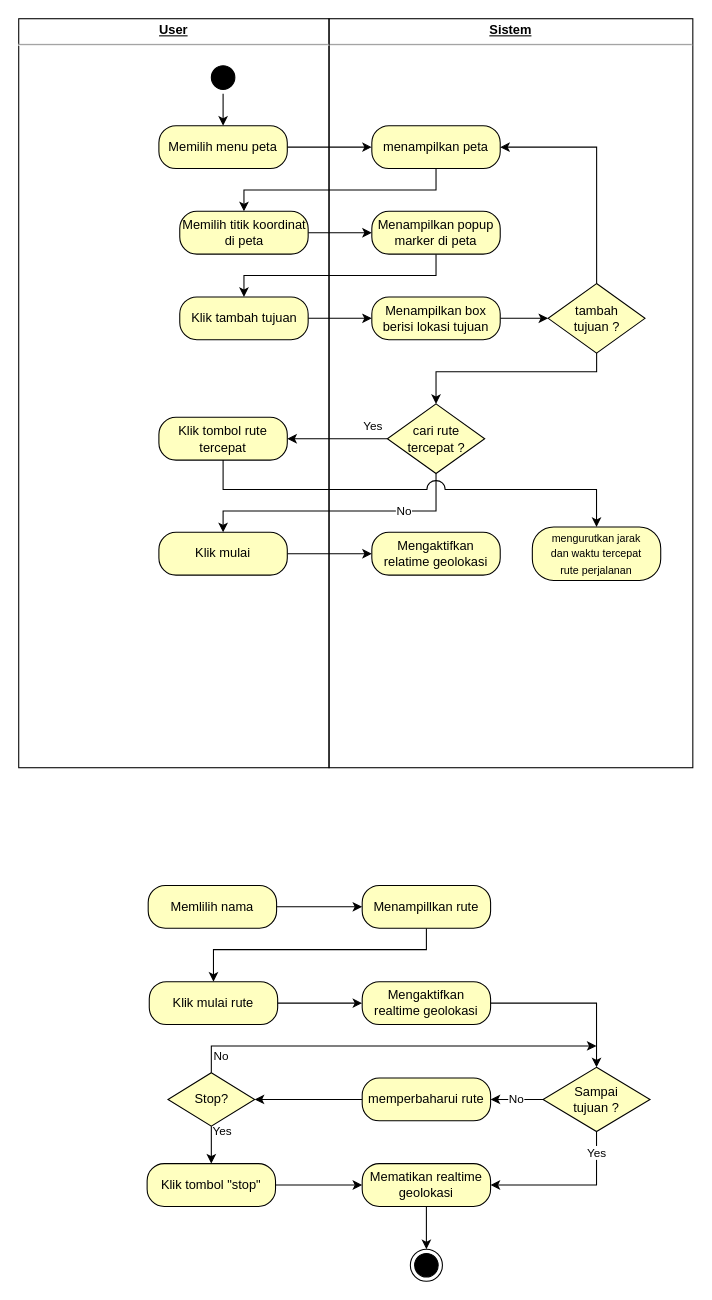
Raymond-15/requirements keeps this draw.io diagram as activityDiagramMultiRute.drawio. Above is the earlier version. Source tidied: cells renumbered, new cells numbered last; positions are measured from the earlier drawing's top-left corner, leaving out a move shared by most shapes. Both pictures are drawn from the tidied source at 107%, with x=0, y=0 at pixel (18, 18).
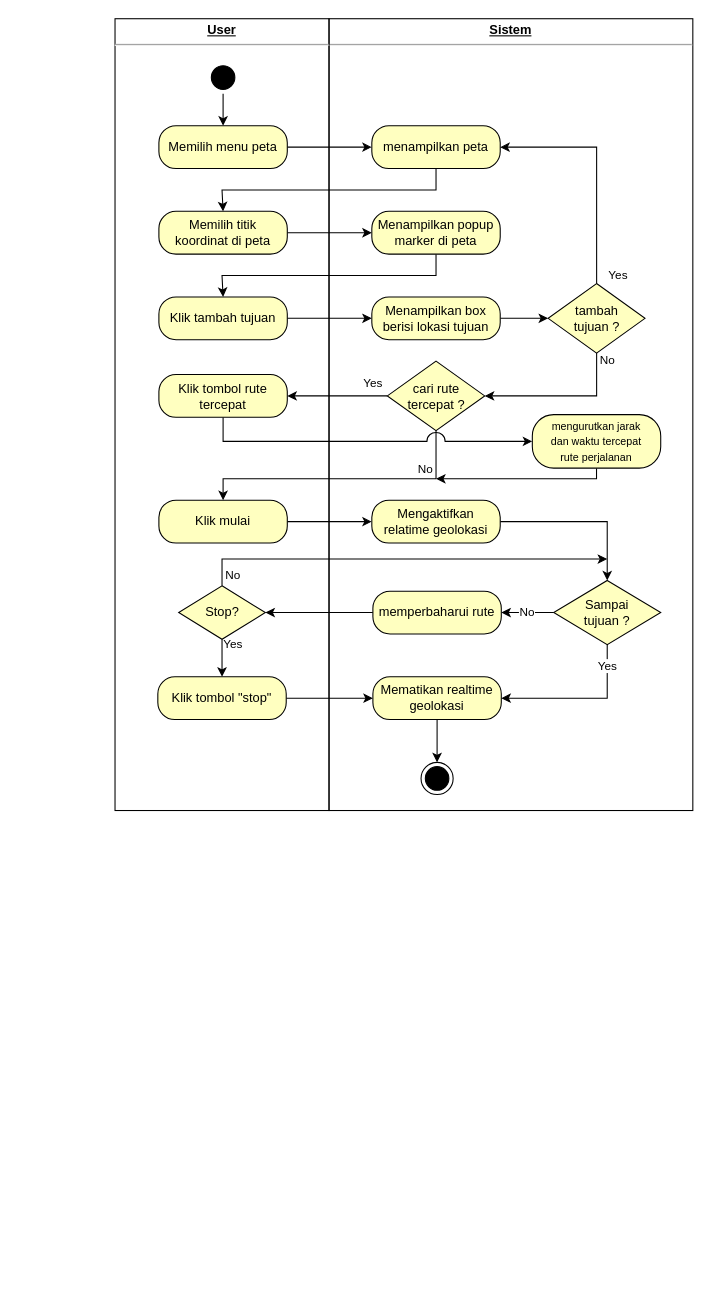
The same page after the edit.

The change refers to these unchanged cells:
```xml
<mxCell id="9" value="Menampilkan popup marker di peta" style="rounded=1;whiteSpace=wrap;html=1;arcSize=40;fontColor=#000000;fillColor=#ffffc0;strokeColor=#000000;" parent="1" vertex="1">
  <mxGeometry x="330" y="180" width="120" height="40" as="geometry" />
</mxCell>
<mxCell id="26" value="menampilkan peta" style="rounded=1;whiteSpace=wrap;html=1;arcSize=40;fontColor=#000000;fillColor=#ffffc0;strokeColor=#000000;" parent="1" vertex="1">
  <mxGeometry x="330" y="100" width="120" height="40" as="geometry" />
</mxCell>
<mxCell id="41" value="tambah &lt;br&gt;tujuan ?" style="rhombus;whiteSpace=wrap;html=1;fontColor=#000000;fillColor=#ffffc0;strokeColor=#000000;" parent="1" vertex="1">
  <mxGeometry x="494.8" y="247.5" width="90.5" height="65" as="geometry" />
</mxCell>
```

Change to the diagram source:
```diff
@@
     <mxCell id="2" value="&lt;p style=&quot;margin:0px;margin-top:4px;text-align:center;text-decoration:underline;&quot;&gt;&lt;b&gt;Sistem&lt;/b&gt;&lt;/p&gt;&lt;hr&gt;&lt;p style=&quot;margin:0px;margin-left:8px;&quot;&gt;&lt;br&gt;&lt;/p&gt;" style="verticalAlign=top;align=left;overflow=fill;fontSize=12;fontFamily=Helvetica;html=1;whiteSpace=wrap;fillColor=none;" parent="1" vertex="1">
-      <mxGeometry x="290" width="340" height="700" as="geometry" />
+      <mxGeometry x="290" width="340" height="740" as="geometry" />
     </mxCell>
     <mxCell id="3" value="&lt;p style=&quot;margin:0px;margin-top:4px;text-align:center;text-decoration:underline;&quot;&gt;&lt;b&gt;User&lt;/b&gt;&lt;/p&gt;&lt;hr&gt;&lt;p style=&quot;margin:0px;margin-left:8px;&quot;&gt;&lt;br&gt;&lt;/p&gt;" style="verticalAlign=top;align=left;overflow=fill;fontSize=12;fontFamily=Helvetica;html=1;whiteSpace=wrap;fillColor=none;" parent="1" vertex="1">
-      <mxGeometry width="290" height="700" as="geometry" />
+      <mxGeometry x="90" width="200" height="740" as="geometry" />
     </mxCell>
@@
-    <mxCell id="7" value="Memilih titik koordinat di peta" style="rounded=1;whiteSpace=wrap;html=1;arcSize=40;fontColor=#000000;fillColor=#ffffc0;strokeColor=#000000;" parent="1" vertex="1">
-      <mxGeometry x="150.5" y="180" width="120" height="40" as="geometry" />
+    <mxCell id="7" value="Memilih titik&lt;br&gt;koordinat di peta" style="rounded=1;whiteSpace=wrap;html=1;arcSize=40;fontColor=#000000;fillColor=#ffffc0;strokeColor=#000000;" parent="1" vertex="1">
+      <mxGeometry x="131" y="180" width="120" height="40" as="geometry" />
     </mxCell>
     <mxCell id="8" style="edgeStyle=orthogonalEdgeStyle;rounded=0;jettySize=auto;html=1;entryX=0.5;entryY=0;entryDx=0;entryDy=0;" parent="1" edge="1" source="9" target="36">
       <mxGeometry relative="1" as="geometry">
         <Array as="points">
           <mxPoint x="390" y="240" />
-          <mxPoint x="210" y="240" />
-          <mxPoint x="210" y="260" />
+          <mxPoint x="190" y="240" />
+          <mxPoint x="190" y="260" />
         </Array>
       </mxGeometry>
     </mxCell>
@@
-    <mxCell id="10" style="edgeStyle=orthogonalEdgeStyle;rounded=0;jettySize=auto;html=1;entryX=0;entryY=0.5;entryDx=0;entryDy=0;" parent="1" edge="1" source="11" target="13">
-      <mxGeometry relative="1" as="geometry" />
-    </mxCell>
-    <mxCell id="11" value="Memlilih nama" style="rounded=1;whiteSpace=wrap;html=1;arcSize=40;fontColor=#000000;fillColor=#ffffc0;strokeColor=#000000;" parent="1" vertex="1">
-      <mxGeometry x="121" y="810" width="120" height="40" as="geometry" />
-    </mxCell>
-    <mxCell id="12" style="edgeStyle=orthogonalEdgeStyle;rounded=0;jettySize=auto;html=1;entryX=0.5;entryY=0;entryDx=0;entryDy=0;" parent="1" edge="1" source="13" target="15">
-      <mxGeometry relative="1" as="geometry">
-        <Array as="points">
-          <mxPoint x="381" y="870" />
-          <mxPoint x="182" y="870" />
-        </Array>
-      </mxGeometry>
-    </mxCell>
-    <mxCell id="13" value="Menampillkan rute" style="rounded=1;whiteSpace=wrap;html=1;arcSize=40;fontColor=#000000;fillColor=#ffffc0;strokeColor=#000000;" parent="1" vertex="1">
-      <mxGeometry x="321" y="810" width="120" height="40" as="geometry" />
-    </mxCell>
-    <mxCell id="14" style="edgeStyle=orthogonalEdgeStyle;rounded=0;jettySize=auto;html=1;entryX=0;entryY=0.5;entryDx=0;entryDy=0;" parent="1" edge="1" source="15" target="17">
-      <mxGeometry relative="1" as="geometry" />
-    </mxCell>
-    <mxCell id="15" value="Klik mulai rute" style="rounded=1;whiteSpace=wrap;html=1;arcSize=40;fontColor=#000000;fillColor=#ffffc0;strokeColor=#000000;" parent="1" vertex="1">
-      <mxGeometry x="122" y="900" width="120" height="40" as="geometry" />
-    </mxCell>
-    <mxCell id="16" style="edgeStyle=orthogonalEdgeStyle;rounded=0;jettySize=auto;html=1;entryX=0.5;entryY=0;entryDx=0;entryDy=0;" parent="1" edge="1" source="17" target="29">
-      <mxGeometry relative="1" as="geometry" />
-    </mxCell>
-    <mxCell id="17" value="Mengaktifkan&lt;br&gt;realtime geolokasi" style="rounded=1;whiteSpace=wrap;html=1;arcSize=40;fontColor=#000000;fillColor=#ffffc0;strokeColor=#000000;" parent="1" vertex="1">
-      <mxGeometry x="321" y="900" width="120" height="40" as="geometry" />
-    </mxCell>
@@
     <mxCell id="19" value="Klik tombol &quot;stop&quot;" style="rounded=1;whiteSpace=wrap;html=1;arcSize=40;fontColor=#000000;fillColor=#ffffc0;strokeColor=#000000;" parent="1" vertex="1">
-      <mxGeometry x="120" y="1070" width="120" height="40" as="geometry" />
+      <mxGeometry x="130" y="615" width="120" height="40" as="geometry" />
     </mxCell>
@@
     <mxCell id="21" value="Mematikan realtime geolokasi" style="rounded=1;whiteSpace=wrap;html=1;arcSize=40;fontColor=#000000;fillColor=#ffffc0;strokeColor=#000000;" parent="1" vertex="1">
-      <mxGeometry x="321" y="1070" width="120" height="40" as="geometry" />
+      <mxGeometry x="331" y="615" width="120" height="40" as="geometry" />
     </mxCell>
     <mxCell id="22" style="ellipse;html=1;shape=endState;fillColor=#000000;strokeColor=#000000;" parent="1" vertex="1">
-      <mxGeometry x="366" y="1150" width="30" height="30" as="geometry" />
+      <mxGeometry x="376" y="695" width="30" height="30" as="geometry" />
     </mxCell>
@@
     <mxCell id="25" style="edgeStyle=orthogonalEdgeStyle;rounded=0;jettySize=auto;html=1;entryX=0.5;entryY=0;entryDx=0;entryDy=0;" parent="1" edge="1" source="26" target="7">
       <mxGeometry relative="1" as="geometry">
         <Array as="points">
           <mxPoint x="390" y="160" />
-          <mxPoint x="210" y="160" />
-          <mxPoint x="210" y="180" />
+          <mxPoint x="190" y="160" />
+          <mxPoint x="190" y="180" />
         </Array>
       </mxGeometry>
     </mxCell>
@@
     <mxCell id="28" value="Yes" style="edgeStyle=orthogonalEdgeStyle;rounded=0;jettySize=auto;html=1;entryX=1;entryY=0.5;entryDx=0;entryDy=0;" parent="1" edge="1" source="29" target="21">
       <mxGeometry x="-0.73" relative="1" as="geometry">
         <Array as="points">
-          <mxPoint x="540" y="1090" />
+          <mxPoint x="550" y="635" />
         </Array>
       </mxGeometry>
     </mxCell>
     <mxCell id="29" value="&lt;font style=&quot;font-size: 12px;&quot;&gt;Sampai &lt;br&gt;tujuan ?&lt;/font&gt;" style="rhombus;whiteSpace=wrap;html=1;fontColor=#000000;fillColor=#ffffc0;strokeColor=#000000;" parent="1" vertex="1">
-      <mxGeometry x="490" y="980" width="100" height="60" as="geometry" />
+      <mxGeometry x="500" y="525" width="100" height="60" as="geometry" />
     </mxCell>
@@
     <mxCell id="31" value="memperbaharui rute" style="rounded=1;whiteSpace=wrap;html=1;arcSize=40;fontColor=#000000;fillColor=#ffffc0;strokeColor=#000000;" parent="1" vertex="1">
-      <mxGeometry x="321" y="990" width="120" height="40" as="geometry" />
+      <mxGeometry x="331" y="535" width="120" height="40" as="geometry" />
     </mxCell>
+    <mxCell id="33" value="Yes" style="edgeStyle=orthogonalEdgeStyle;rounded=0;jettySize=auto;html=1;entryX=0.5;entryY=0;entryDx=0;entryDy=0;" parent="1" edge="1" source="34" target="19">
+      <mxGeometry x="-0.78" y="10" relative="1" as="geometry" />
+    </mxCell>
     <mxCell id="32" value="No" style="edgeStyle=orthogonalEdgeStyle;rounded=0;jettySize=auto;html=1;" parent="1" edge="1" source="34">
-      <mxGeometry x="-0.92" y="-9" relative="1" as="geometry">
-        <mxPoint x="540" y="960" as="targetPoint" />
+      <mxGeometry x="-0.95" y="-10" relative="1" as="geometry">
+        <mxPoint x="550" y="505" as="targetPoint" />
         <Array as="points">
-          <mxPoint x="180" y="960" />
+          <mxPoint x="190" y="505" />
+          <mxPoint x="550" y="505" />
         </Array>
       </mxGeometry>
     </mxCell>
-    <mxCell id="33" value="Yes" style="edgeStyle=orthogonalEdgeStyle;rounded=0;jettySize=auto;html=1;entryX=0.5;entryY=0;entryDx=0;entryDy=0;" parent="1" edge="1" source="34" target="19">
-      <mxGeometry x="-0.78" y="10" relative="1" as="geometry" />
-    </mxCell>
     <mxCell id="34" value="Stop?" style="rhombus;whiteSpace=wrap;html=1;fontColor=#000000;fillColor=#ffffc0;strokeColor=#000000;" parent="1" vertex="1">
-      <mxGeometry x="139.5" y="985" width="81" height="50" as="geometry" />
+      <mxGeometry x="149.5" y="530" width="81" height="50" as="geometry" />
     </mxCell>
@@
     <mxCell id="36" value="Klik tambah tujuan" style="rounded=1;whiteSpace=wrap;html=1;arcSize=40;fontColor=#000000;fillColor=#ffffc0;strokeColor=#000000;" parent="1" vertex="1">
-      <mxGeometry x="150.5" y="260" width="120" height="40" as="geometry" />
+      <mxGeometry x="131" y="260" width="120" height="40" as="geometry" />
     </mxCell>
@@
-    <mxCell id="39" style="edgeStyle=orthogonalEdgeStyle;rounded=0;jettySize=auto;html=1;entryX=1;entryY=0.5;entryDx=0;entryDy=0;" parent="1" edge="1" source="41" target="26">
-      <mxGeometry relative="1" as="geometry">
+    <mxCell id="39" value="Yes" style="edgeStyle=orthogonalEdgeStyle;rounded=0;jettySize=auto;html=1;entryX=1;entryY=0.5;entryDx=0;entryDy=0;" parent="1" edge="1" source="41" target="26">
+      <mxGeometry x="-0.93" y="-20" relative="1" as="geometry">
         <Array as="points">
           <mxPoint x="540" y="120" />
         </Array>
       </mxGeometry>
     </mxCell>
-    <mxCell id="40" style="edgeStyle=orthogonalEdgeStyle;rounded=0;jettySize=auto;html=1;entryX=0.5;entryY=0;entryDx=0;entryDy=0;" parent="1" edge="1" source="41" target="46">
-      <mxGeometry relative="1" as="geometry">
+    <mxCell id="40" value="No" style="edgeStyle=orthogonalEdgeStyle;rounded=0;jettySize=auto;html=1;entryX=1;entryY=0.5;entryDx=0;entryDy=0;" parent="1" edge="1" source="41" target="46">
+      <mxGeometry x="-0.9" y="10" relative="1" as="geometry">
         <Array as="points">
-          <mxPoint x="540" y="330" />
-          <mxPoint x="390" y="330" />
+          <mxPoint x="540" y="352" />
         </Array>
       </mxGeometry>
     </mxCell>
@@
     <mxCell id="43" value="Klik mulai" style="rounded=1;whiteSpace=wrap;html=1;arcSize=40;fontColor=#000000;fillColor=#ffffc0;strokeColor=#000000;" parent="1" vertex="1">
-      <mxGeometry x="131" y="480" width="120" height="40" as="geometry" />
+      <mxGeometry x="131" y="450" width="120" height="40" as="geometry" />
     </mxCell>
@@
     <mxCell id="45" value="No" style="edgeStyle=orthogonalEdgeStyle;rounded=0;jettySize=auto;html=1;entryX=0.5;entryY=0;entryDx=0;entryDy=0;" parent="1" edge="1" source="46" target="43">
-      <mxGeometry x="-0.49" relative="1" as="geometry">
+      <mxGeometry x="-0.73" y="-10" relative="1" as="geometry">
         <Array as="points">
-          <mxPoint x="390" y="460" />
-          <mxPoint x="191" y="460" />
+          <mxPoint x="390" y="430" />
+          <mxPoint x="191" y="430" />
         </Array>
       </mxGeometry>
     </mxCell>
     <mxCell id="46" value="cari rute&lt;br&gt;tercepat ?" style="rhombus;whiteSpace=wrap;html=1;fontColor=#000000;fillColor=#ffffc0;strokeColor=#000000;" parent="1" vertex="1">
-      <mxGeometry x="344.5" y="360" width="91" height="65" as="geometry" />
+      <mxGeometry x="344.5" y="320" width="91" height="65" as="geometry" />
     </mxCell>
-    <mxCell id="47" style="edgeStyle=orthogonalEdgeStyle;rounded=0;jettySize=auto;html=1;entryX=0.5;entryY=0;entryDx=0;entryDy=0;jumpStyle=arc;jumpSize=17;" parent="1" edge="1" source="48" target="50">
+    <mxCell id="47" style="edgeStyle=orthogonalEdgeStyle;rounded=0;jettySize=auto;html=1;entryX=0;entryY=0.5;entryDx=0;entryDy=0;jumpStyle=arc;jumpSize=17;" parent="1" edge="1" source="48" target="50">
       <mxGeometry relative="1" as="geometry">
         <Array as="points">
-          <mxPoint x="191" y="440" />
-          <mxPoint x="540" y="440" />
+          <mxPoint x="191" y="395" />
         </Array>
       </mxGeometry>
     </mxCell>
     <mxCell id="48" value="Klik tombol rute tercepat" style="rounded=1;whiteSpace=wrap;html=1;arcSize=40;fontColor=#000000;fillColor=#ffffc0;strokeColor=#000000;" parent="1" vertex="1">
-      <mxGeometry x="131" y="372.5" width="120" height="40" as="geometry" />
+      <mxGeometry x="131" y="332.5" width="120" height="40" as="geometry" />
     </mxCell>
+    <mxCell id="51" style="edgeStyle=orthogonalEdgeStyle;rounded=0;jettySize=auto;html=1;entryX=0.5;entryY=0;entryDx=0;entryDy=0;" parent="1" edge="1" source="49" target="29">
+      <mxGeometry relative="1" as="geometry" />
+    </mxCell>
     <mxCell id="49" value="Mengaktifkan&lt;br&gt;relatime geolokasi" style="rounded=1;whiteSpace=wrap;html=1;arcSize=40;fontColor=#000000;fillColor=#ffffc0;strokeColor=#000000;" parent="1" vertex="1">
-      <mxGeometry x="330" y="480" width="120" height="40" as="geometry" />
+      <mxGeometry x="330" y="450" width="120" height="40" as="geometry" />
     </mxCell>
+    <mxCell id="52" style="edgeStyle=orthogonalEdgeStyle;rounded=0;jettySize=auto;html=1;" parent="1" edge="1" source="50">
+      <mxGeometry relative="1" as="geometry">
+        <mxPoint x="390" y="430" as="targetPoint" />
+        <Array as="points">
+          <mxPoint x="540" y="430" />
+        </Array>
+      </mxGeometry>
+    </mxCell>
     <mxCell id="50" value="&lt;font style=&quot;font-size: 10px;&quot;&gt;mengurutkan jarak &lt;br&gt;dan waktu tercepat &lt;br&gt;rute perjalanan&lt;/font&gt;" style="rounded=1;whiteSpace=wrap;html=1;arcSize=40;fontColor=#000000;fillColor=#ffffc0;strokeColor=#000000;" parent="1" vertex="1">
-      <mxGeometry x="480" y="475" width="120" height="50" as="geometry" />
+      <mxGeometry x="480" y="370" width="120" height="50" as="geometry" />
     </mxCell>
```
